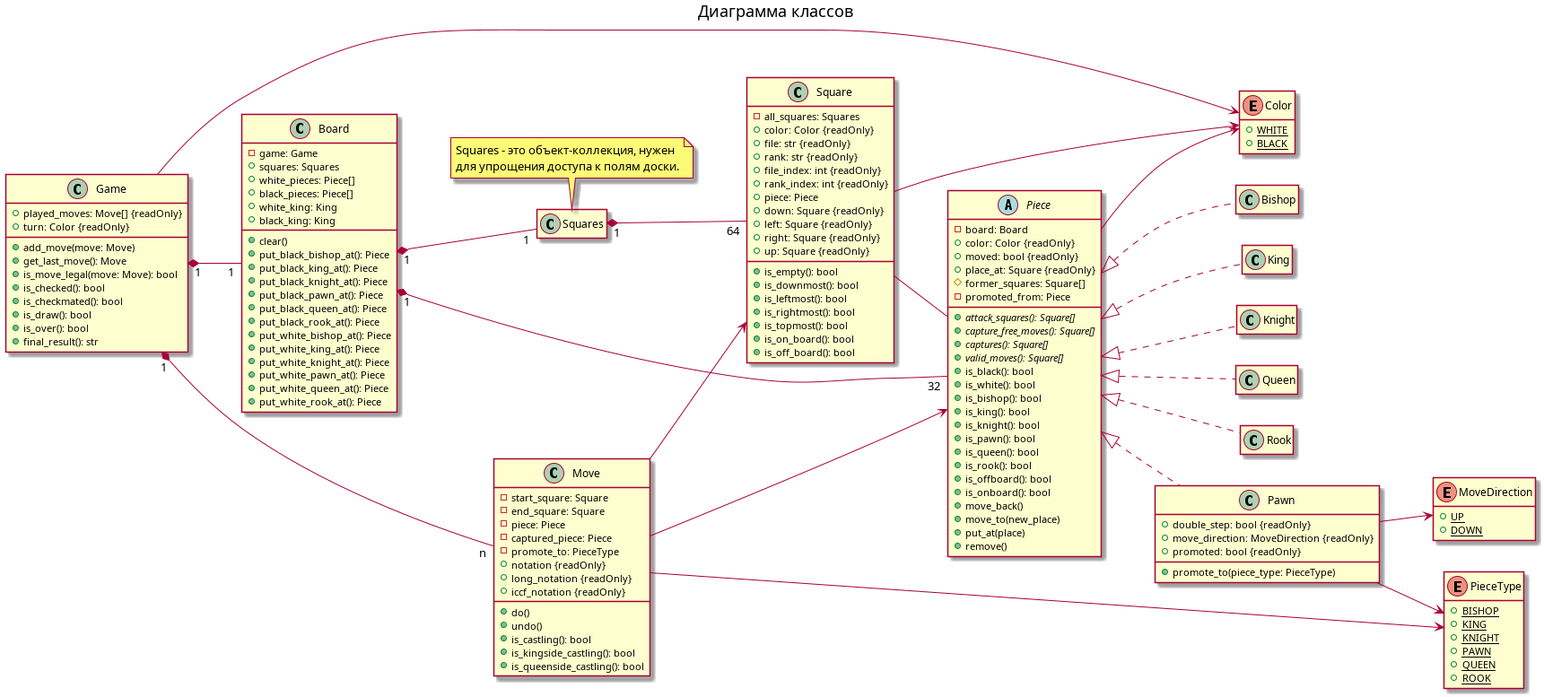
Earlier version of the PlantUML export docs/chess.png (jaeshaed/531-chess). Its source is kept beside it as docs/chess.puml.
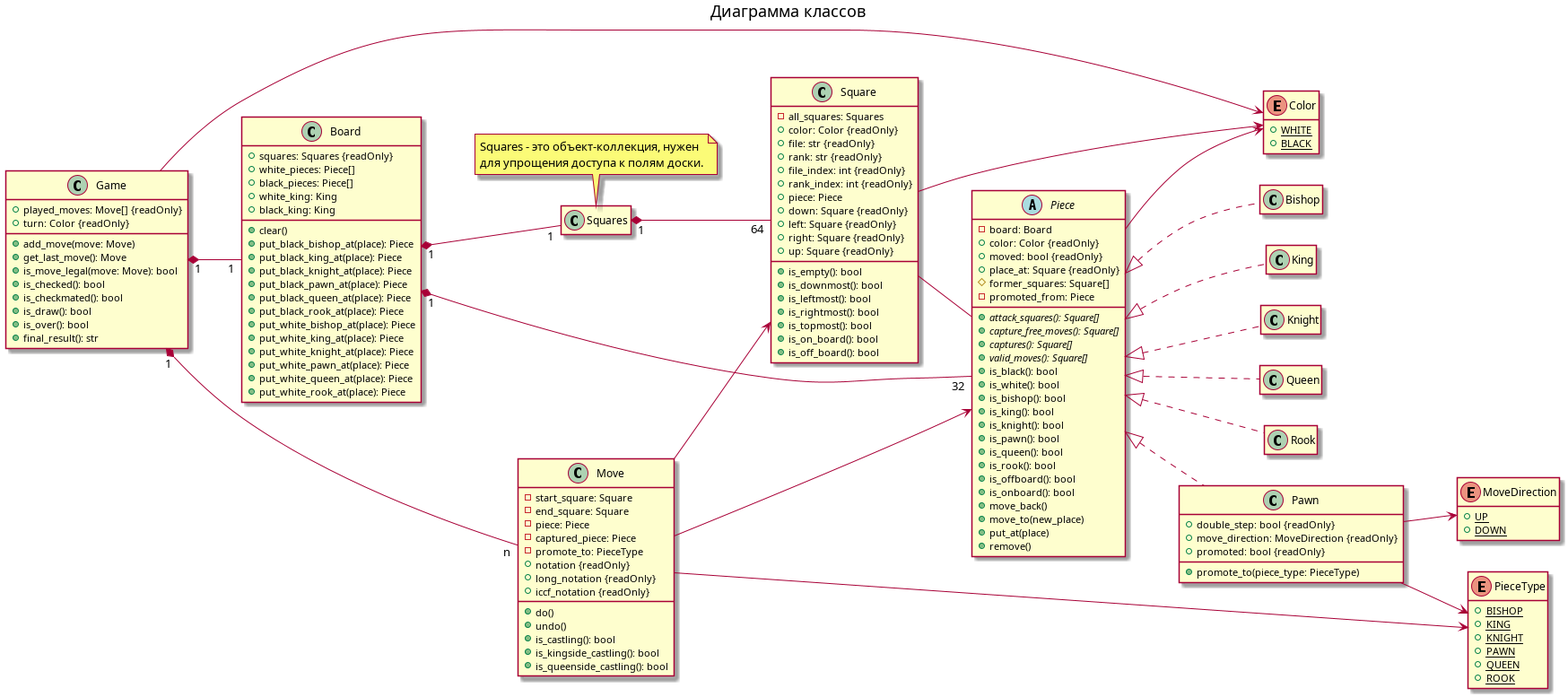
Above is the later version.

Change to the diagram source:
```diff
@@ -4,25 +4,24 @@
 title Диаграмма классов
 
 class Board {
-  -game: Game
-  +squares: Squares
+  +squares: Squares {readOnly}
   +white_pieces: Piece[]
   +black_pieces: Piece[]
   +white_king: King
   +black_king: King
   +clear()
-  +put_black_bishop_at(): Piece
-  +put_black_king_at(): Piece
-  +put_black_knight_at(): Piece
-  +put_black_pawn_at(): Piece
-  +put_black_queen_at(): Piece
-  +put_black_rook_at(): Piece
-  +put_white_bishop_at(): Piece
-  +put_white_king_at(): Piece
-  +put_white_knight_at(): Piece
-  +put_white_pawn_at(): Piece
-  +put_white_queen_at(): Piece
-  +put_white_rook_at(): Piece
+  +put_black_bishop_at(place): Piece
+  +put_black_king_at(place): Piece
+  +put_black_knight_at(place): Piece
+  +put_black_pawn_at(place): Piece
+  +put_black_queen_at(place): Piece
+  +put_black_rook_at(place): Piece
+  +put_white_bishop_at(place): Piece
+  +put_white_king_at(place): Piece
+  +put_white_knight_at(place): Piece
+  +put_white_pawn_at(place): Piece
+  +put_white_queen_at(place): Piece
+  +put_white_rook_at(place): Piece
 }
 Board "1" *-- "32" Piece
 Board "1" *-- "1" Squares
```
